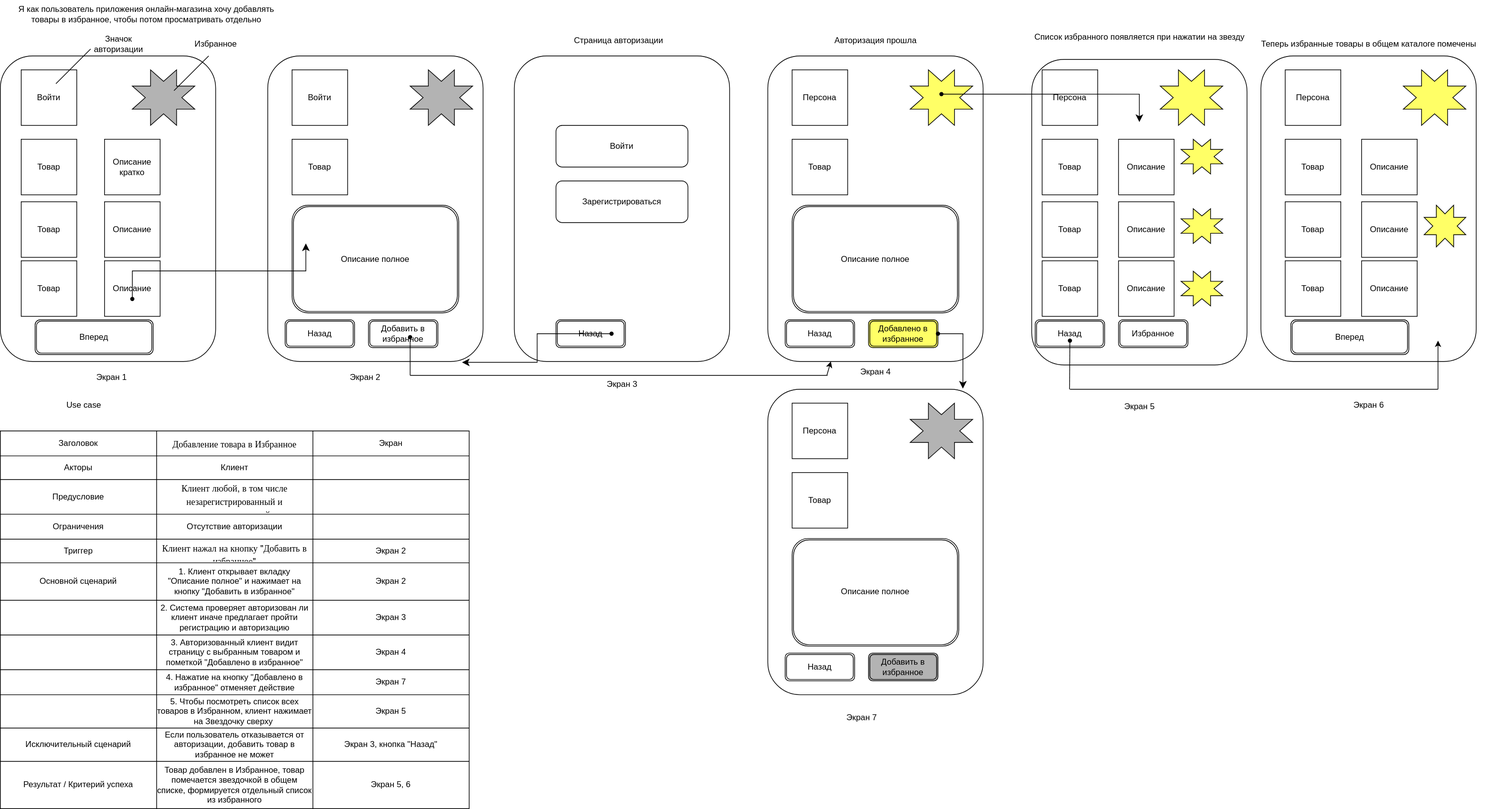
Earlier version of the draw.io export Pasynkova_Olga/US+макет+UC.drawio.svg (abdullahproff/BSA21_1). Source tidied: cells renumbered, new cells last; positions are measured from the earlier drawing's top-left corner, leaving out a move shared by most shapes.
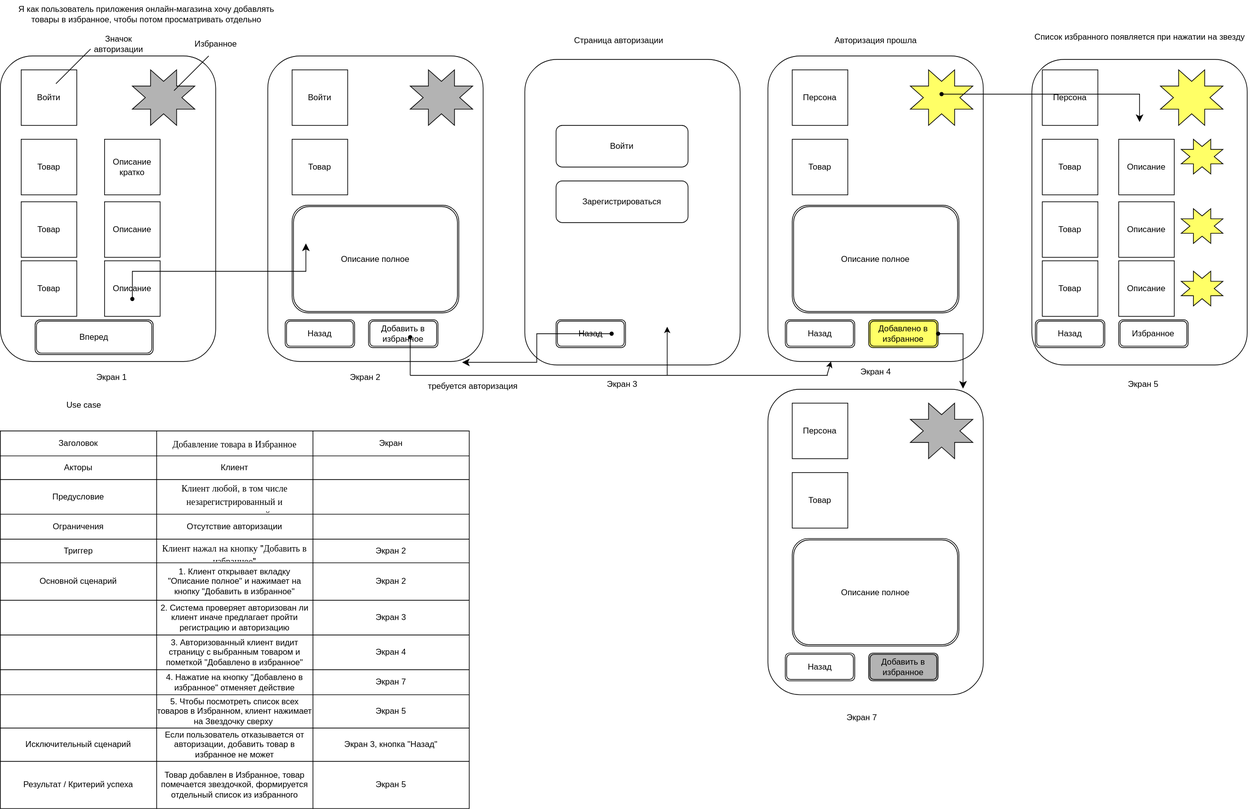
The same file after the commit.

What changed in the source:
```diff
@@ -85,7 +85,7 @@
       </mxGeometry>
     </mxCell>
     <mxCell id="26" style="rounded=1;whiteSpace=wrap;html=1;rotation=-90;" parent="1" vertex="1">
-      <mxGeometry x="740" y="145" width="440" height="310" as="geometry" />
+      <mxGeometry x="755" y="150" width="440" height="310" as="geometry" />
     </mxCell>
     <mxCell id="27" style="shape=waypoint;sketch=0;fillStyle=solid;size=6;fillColor=none;perimeter=centerPerimeter;" parent="1" vertex="1">
       <mxGeometry x="645" y="475" width="20" height="20" as="geometry" />
@@ -168,61 +168,12 @@
     <mxCell id="53" value="Я как пользователь приложения онлайн-магазина хочу добавлять&lt;div&gt;товары в избранное, чтобы потом просматривать отдельно&lt;/div&gt;" style="text;html=1;align=center;verticalAlign=middle;strokeColor=none;fillColor=none;" parent="1" vertex="1">
       <mxGeometry x="75" width="400" height="40" as="geometry" />
     </mxCell>
-    <mxCell id="54" style="rounded=1;whiteSpace=wrap;html=1;rotation=-90;" parent="1" vertex="1">
-      <mxGeometry x="1815" y="145" width="440" height="310" as="geometry" />
-    </mxCell>
-    <mxCell id="55" value="Товар" style="whiteSpace=wrap;html=1;" parent="1" vertex="1">
-      <mxGeometry x="1915" y="200" width="80" height="80" as="geometry" />
-    </mxCell>
-    <mxCell id="56" style="verticalLabelPosition=bottom;verticalAlign=top;html=1;shape=mxgraph.basic.8_point_star;fillColor=#FFFF66;" parent="1" vertex="1">
-      <mxGeometry x="2085" y="100" width="90" height="80" as="geometry" />
-    </mxCell>
-    <mxCell id="57" value="Персона" style="whiteSpace=wrap;html=1;" parent="1" vertex="1">
-      <mxGeometry x="1915" y="100" width="80" height="80" as="geometry" />
-    </mxCell>
-    <mxCell id="58" value="Описание" style="whiteSpace=wrap;html=1;" parent="1" vertex="1">
-      <mxGeometry x="2025" y="200" width="80" height="80" as="geometry" />
-    </mxCell>
-    <mxCell id="59" value="Товар" style="whiteSpace=wrap;html=1;" parent="1" vertex="1">
-      <mxGeometry x="1915" y="290" width="80" height="80" as="geometry" />
-    </mxCell>
-    <mxCell id="60" value="Описание" style="whiteSpace=wrap;html=1;" parent="1" vertex="1">
-      <mxGeometry x="2025" y="290" width="80" height="80" as="geometry" />
-    </mxCell>
-    <mxCell id="61" value="Товар" style="whiteSpace=wrap;html=1;" parent="1" vertex="1">
-      <mxGeometry x="1915" y="375" width="80" height="80" as="geometry" />
-    </mxCell>
-    <mxCell id="62" value="Описание" style="whiteSpace=wrap;html=1;" parent="1" vertex="1">
-      <mxGeometry x="2025" y="375" width="80" height="80" as="geometry" />
-    </mxCell>
-    <mxCell id="63" style="endArrow=none;html=1;rounded=0;" parent="1" edge="1" source="65">
+    <mxCell id="63" style="endArrow=none;html=1;rounded=0;" parent="1" edge="1">
       <mxGeometry relative="1" as="geometry">
+        <mxPoint x="1605" y="490" as="sourcePoint" />
         <mxPoint x="1604.4" y="490" as="targetPoint" />
       </mxGeometry>
     </mxCell>
-    <mxCell id="64" style="endArrow=none;html=1;rounded=0;" parent="1" edge="1" target="65">
-      <mxGeometry relative="1" as="geometry">
-        <mxPoint x="1604.4" y="560" as="sourcePoint" />
-      </mxGeometry>
-    </mxCell>
-    <mxCell id="65" style="shape=waypoint;sketch=0;size=6;points=[];fillColor=default;perimeter=centerPerimeter;snapToPoint=1;rounded=1;" parent="1" vertex="1">
-      <mxGeometry x="1595" y="480" width="20" height="20" as="geometry" />
-    </mxCell>
-    <mxCell id="66" style="endArrow=none;html=1;rounded=0;" parent="1" edge="1">
-      <mxGeometry relative="1" as="geometry">
-        <mxPoint x="1605" y="560" as="sourcePoint" />
-        <mxPoint x="2135" y="560" as="targetPoint" />
-      </mxGeometry>
-    </mxCell>
-    <mxCell id="67" style="endArrow=classic;html=1;rounded=0;" parent="1" edge="1">
-      <mxGeometry relative="1" as="geometry">
-        <mxPoint x="2135" y="560" as="sourcePoint" />
-        <mxPoint x="2135" y="490" as="targetPoint" />
-      </mxGeometry>
-    </mxCell>
-    <mxCell id="68" style="verticalLabelPosition=bottom;verticalAlign=top;html=1;shape=mxgraph.basic.8_point_star;fillColor=#FFFF66;" parent="1" vertex="1">
-      <mxGeometry x="2115" y="295" width="60" height="60" as="geometry" />
-    </mxCell>
     <mxCell id="69" style="verticalLabelPosition=bottom;verticalAlign=top;html=1;shape=mxgraph.basic.8_point_star;fillColor=#FFFF66;" parent="1" vertex="1">
       <mxGeometry x="1765" y="200" width="60" height="50" as="geometry" />
     </mxCell>
@@ -232,9 +183,6 @@
     <mxCell id="71" style="verticalLabelPosition=bottom;verticalAlign=top;html=1;shape=mxgraph.basic.8_point_star;fillColor=#FFFF66;" parent="1" vertex="1">
       <mxGeometry x="1765" y="390" width="60" height="50" as="geometry" />
     </mxCell>
-    <mxCell id="72" value="Вперед" style="shape=ext;double=1;rounded=1;whiteSpace=wrap;html=1;" parent="1" vertex="1">
-      <mxGeometry x="1923" y="460" width="170" height="50" as="geometry" />
-    </mxCell>
     <mxCell id="73" value="Экран 1" style="text;html=1;align=center;verticalAlign=middle;strokeColor=none;fillColor=none;" parent="1" vertex="1">
       <mxGeometry x="190" y="528" width="70" height="30" as="geometry" />
     </mxCell>
@@ -248,7 +196,7 @@
       <mxGeometry x="1290" y="520" width="70" height="30" as="geometry" />
     </mxCell>
     <mxCell id="77" value="Экран 5" style="text;html=1;align=center;verticalAlign=middle;strokeColor=none;fillColor=none;" parent="1" vertex="1">
-      <mxGeometry x="1670" y="570" width="70" height="30" as="geometry" />
+      <mxGeometry x="1675" y="538" width="70" height="30" as="geometry" />
     </mxCell>
     <mxCell id="78" style="shape=table;startSize=0;" parent="1" vertex="1">
       <mxGeometry x="65" y="620" width="675" height="544" as="geometry" />
@@ -391,10 +339,10 @@
     <mxCell id="124" value="Результат / Критерий успеха" style="shape=partialRectangle;html=1;whiteSpace=wrap;strokeColor=inherit;overflow=hidden;fillColor=none;top=0;left=0;bottom=0;right=0;" parent="123" vertex="1">
       <mxGeometry width="225" height="68" as="geometry" />
     </mxCell>
-    <mxCell id="125" value="Товар добавлен в Избранное, товар помечается звездочкой в общем списке, формируется отдельный список из избранного" style="shape=partialRectangle;html=1;whiteSpace=wrap;strokeColor=inherit;overflow=hidden;fillColor=none;top=0;left=0;bottom=0;right=0;" parent="123" vertex="1">
+    <mxCell id="125" value="Товар добавлен в Избранное, товар помечается звездочкой, формируется отдельный список из избранного" style="shape=partialRectangle;html=1;whiteSpace=wrap;strokeColor=inherit;overflow=hidden;fillColor=none;top=0;left=0;bottom=0;right=0;" parent="123" vertex="1">
       <mxGeometry x="225" width="225" height="68" as="geometry" />
     </mxCell>
-    <mxCell id="126" value="Экран 5, 6" style="shape=partialRectangle;html=1;whiteSpace=wrap;strokeColor=inherit;overflow=hidden;fillColor=none;top=0;left=0;bottom=0;right=0;" parent="123" vertex="1">
+    <mxCell id="126" value="Экран 5" style="shape=partialRectangle;html=1;whiteSpace=wrap;strokeColor=inherit;overflow=hidden;fillColor=none;top=0;left=0;bottom=0;right=0;" parent="123" vertex="1">
       <mxGeometry x="450" width="225" height="68" as="geometry" />
     </mxCell>
     <mxCell id="127" style="edgeStyle=orthogonalEdgeStyle;rounded=0;orthogonalLoop=1;jettySize=auto;html=1;exitX=1;exitY=0.5;exitDx=0;exitDy=0;" parent="78" edge="1" source="95" target="95">
@@ -432,9 +380,6 @@
     <mxCell id="137" style="shape=waypoint;sketch=0;fillStyle=solid;size=6;fillColor=none;perimeter=centerPerimeter;" parent="1" vertex="1">
       <mxGeometry x="1405" y="470" width="20" height="20" as="geometry" />
     </mxCell>
-    <mxCell id="138" value="Экран 6" style="text;html=1;align=center;verticalAlign=middle;strokeColor=none;fillColor=none;" parent="1" vertex="1">
-      <mxGeometry x="2000" y="568" width="70" height="30" as="geometry" />
-    </mxCell>
     <mxCell id="139" value="Экран 7" style="text;html=1;align=center;verticalAlign=middle;strokeColor=none;fillColor=none;" parent="1" vertex="1">
       <mxGeometry x="1270" y="1018" width="70" height="30" as="geometry" />
     </mxCell>
@@ -468,11 +413,17 @@
         <mxPoint x="1255" y="540" as="sourcePoint" />
       </mxGeometry>
     </mxCell>
-    <mxCell id="146" value="Теперь избранные товары в общем каталоге помечены" style="text;html=1;align=center;verticalAlign=middle;strokeColor=none;fillColor=none;" parent="1" vertex="1">
-      <mxGeometry x="1865" y="48" width="340" height="30" as="geometry" />
-    </mxCell>
     <mxCell id="147" value="Список избранного появляется при нажатии на звезду" style="text;html=1;align=center;verticalAlign=middle;strokeColor=none;fillColor=none;" parent="1" vertex="1">
       <mxGeometry x="1535" y="38" width="340" height="30" as="geometry" />
     </mxCell>
+    <mxCell id="148" style="endArrow=classic;html=1;rounded=0;" parent="1" edge="1">
+      <mxGeometry relative="1" as="geometry">
+        <mxPoint x="1025" y="540" as="sourcePoint" />
+        <mxPoint x="1025" y="470" as="targetPoint" />
+      </mxGeometry>
+    </mxCell>
+    <mxCell id="149" value="требуется авторизация&lt;div&gt;&amp;nbsp;&lt;/div&gt;" style="text;html=1;align=center;verticalAlign=middle;strokeColor=none;fillColor=none;" parent="1" vertex="1">
+      <mxGeometry x="665" y="543" width="160" height="40" as="geometry" />
+    </mxCell>
   </root>
 </mxGraphModel>
```
